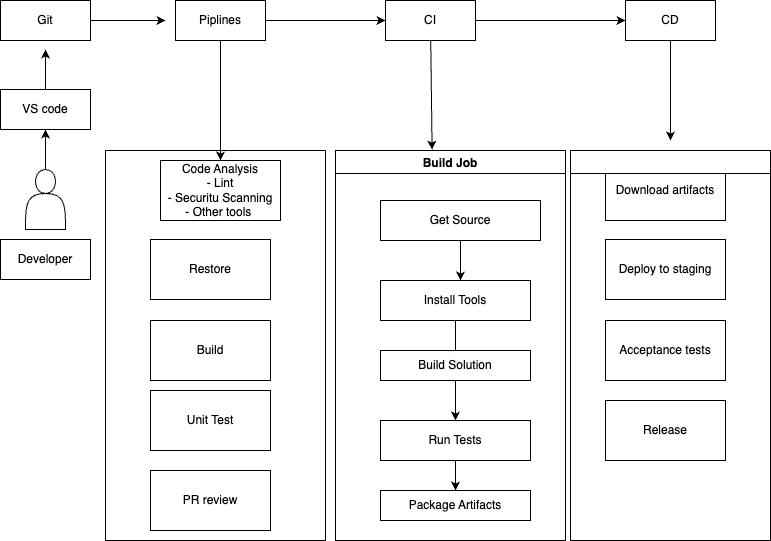
Above: admin/cipipeline/phase1.drawio.png in cse110-sp24-group17/cse110-sp24-group17 (draw.io), before the change. Source tidied: cells renumbered, new cells last; positions are measured from the earlier drawing's top-left corner, leaving out a move shared by most shapes.
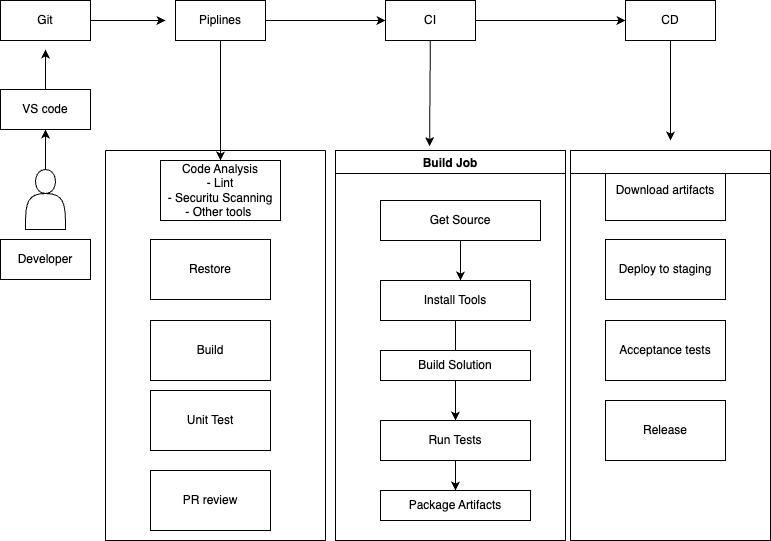
After the change.

Change to the diagram source:
```diff
@@ -85,7 +85,7 @@
     <mxCell id="24" value="CD" style="whiteSpace=wrap;html=1;" parent="1" vertex="1">
       <mxGeometry x="625" width="90" height="40" as="geometry" />
     </mxCell>
-    <mxCell id="25" style="edgeStyle=none;html=1;entryX=0.42;entryY=-0.002;entryDx=0;entryDy=0;entryPerimeter=0;" parent="1" edge="1" source="27" target="2">
+    <mxCell id="25" style="edgeStyle=none;html=1;entryX=0.409;entryY=-0.011;entryDx=0;entryDy=0;entryPerimeter=0;" parent="1" edge="1" source="27" target="2">
       <mxGeometry relative="1" as="geometry" />
     </mxCell>
     <mxCell id="26" style="edgeStyle=none;html=1;entryX=0;entryY=0.5;entryDx=0;entryDy=0;" parent="1" edge="1" source="27" target="24">
```
